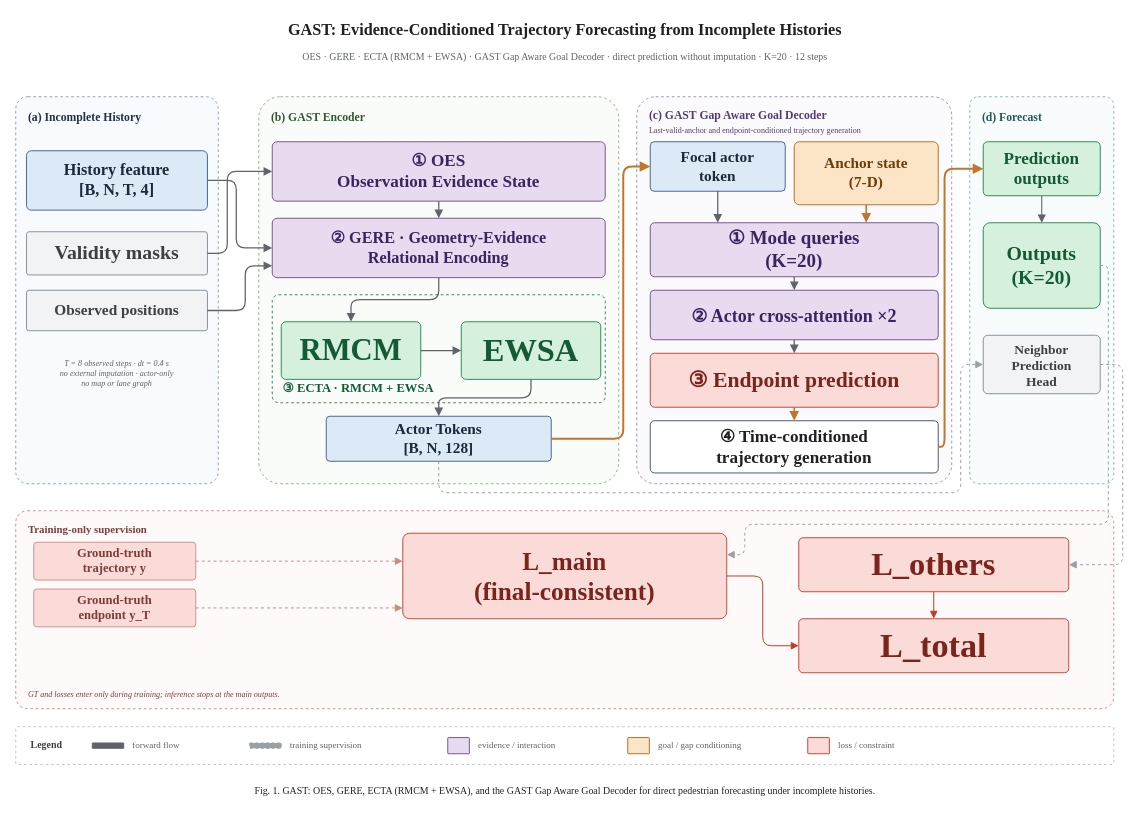
Before: docs/figures/GAST-Goal-framework.drawio in oAyanameio/GAST-PF, a draw.io diagram. Source tidied: cells renumbered, new cells numbered last; positions are measured from the earlier drawing's top-left corner, leaving out a move shared by most shapes. Both pictures are drawn from the tidied source at 90%, with x=0, y=0 at pixel (15, 15).
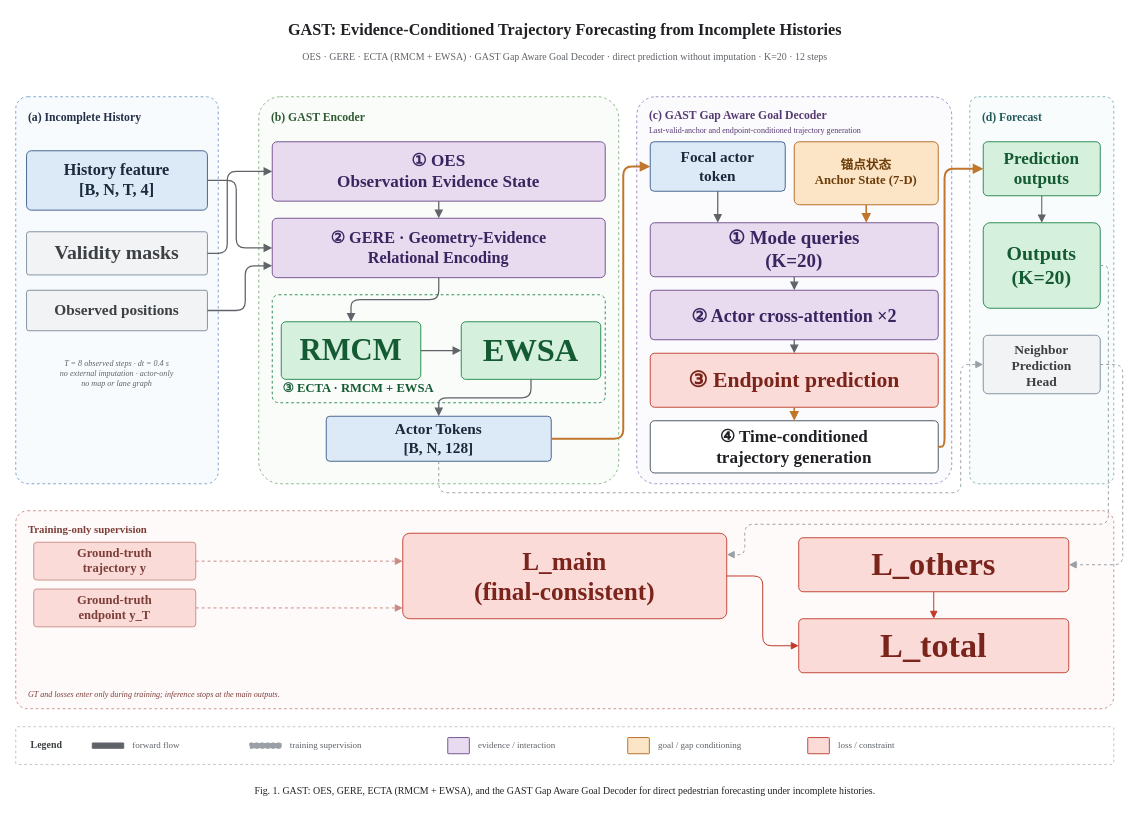
The same page after the edit.

Commit message (it also covers changes not shown here):
docs(gast): 锚点状态统一采用 Anchor State 中英双语命名

Unchanged cells that the change refers to:
```xml
<mxCell id="26" value="&lt;b&gt;① Mode queries&lt;/b&gt;&lt;br&gt;&lt;b&gt;(K=20)&lt;/b&gt;" style="rounded=1;arcSize=8;whiteSpace=wrap;html=1;fillColor=#E8DAEF;strokeColor=#6C4A8A;fontColor=#3A2560;fontFamily=Times New Roman;fontSize=21;align=center;verticalAlign=middle;spacing=3;" parent="1" vertex="1">
  <mxGeometry x="705" y="230" width="320" height="60" as="geometry" />
</mxCell>
```

Diff of the diagram source:
```diff
@@
-    <mxCell id="25" value="&lt;b&gt;Anchor state&lt;/b&gt;&lt;br&gt;&lt;b&gt;(7-D)&lt;/b&gt;" style="rounded=1;arcSize=8;whiteSpace=wrap;html=1;fillColor=#FBE5C6;strokeColor=#B0651A;fontColor=#6E3D0A;fontFamily=Times New Roman;fontSize=17;align=center;verticalAlign=middle;spacing=2;" parent="1" vertex="1">
-      <mxGeometry x="865" y="140" width="160" height="70" as="geometry" />
-    </mxCell>
+    <mxCell id="74" value="&lt;b&gt;锚点状态&lt;/b&gt;&lt;br&gt;&lt;b&gt;Anchor State (7-D)&lt;/b&gt;" style="rounded=1;arcSize=8;whiteSpace=wrap;html=1;fillColor=#FBE5C6;strokeColor=#B0651A;fontColor=#6E3D0A;fontFamily=Times New Roman;fontSize=14;align=center;verticalAlign=middle;spacing=2;" parent="1" vertex="1">
+      <mxGeometry x="865" y="140" width="160" height="70" as="geometry" />
+    </mxCell>
@@
-    <mxCell id="61" style="edgeStyle=orthogonalEdgeStyle;rounded=1;jettySize=auto;html=1;strokeColor=#C0762C;strokeWidth=1.8;endArrow=block;endFill=1;exitX=0.5;exitY=1;entryX=0.75;entryY=0;" parent="1" edge="1" source="25" target="26">
+    <mxCell id="61" style="edgeStyle=orthogonalEdgeStyle;rounded=1;jettySize=auto;html=1;strokeColor=#C0762C;strokeWidth=1.8;endArrow=block;endFill=1;exitX=0.5;exitY=1;entryX=0.75;entryY=0;" parent="1" edge="1" source="74" target="26">
       <mxGeometry relative="1" as="geometry" />
     </mxCell>
```
